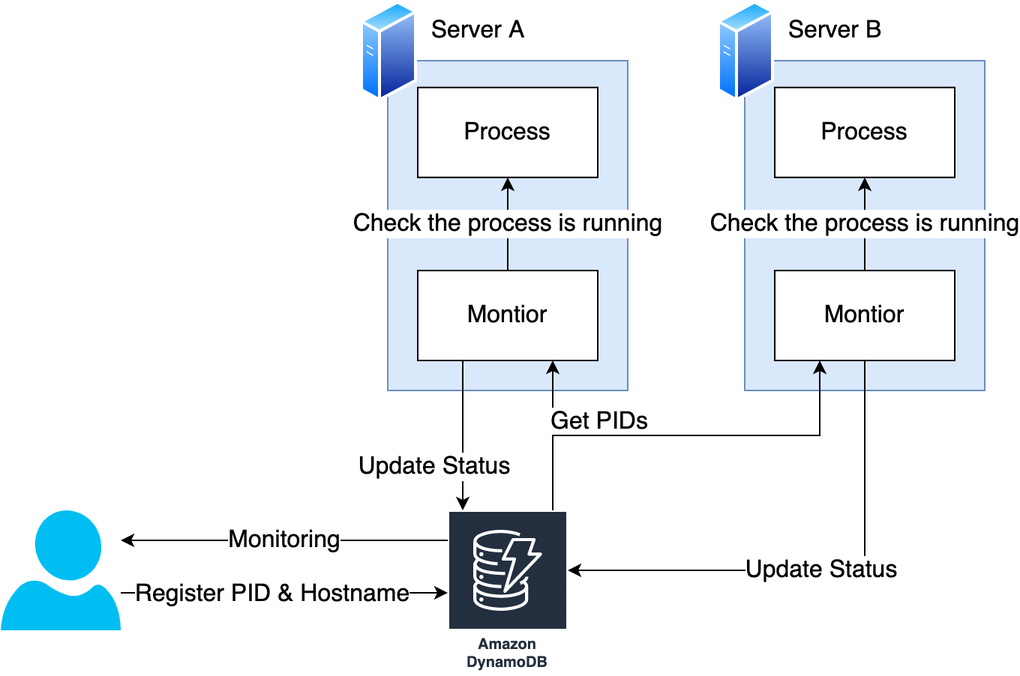
This is figures/overview.png from handk85/process-monitor, a draw.io export, as it was before one commit. Source tidied: cells renumbered, new cells last; positions are measured from the earlier drawing's top-left corner, leaving out a move shared by most shapes.
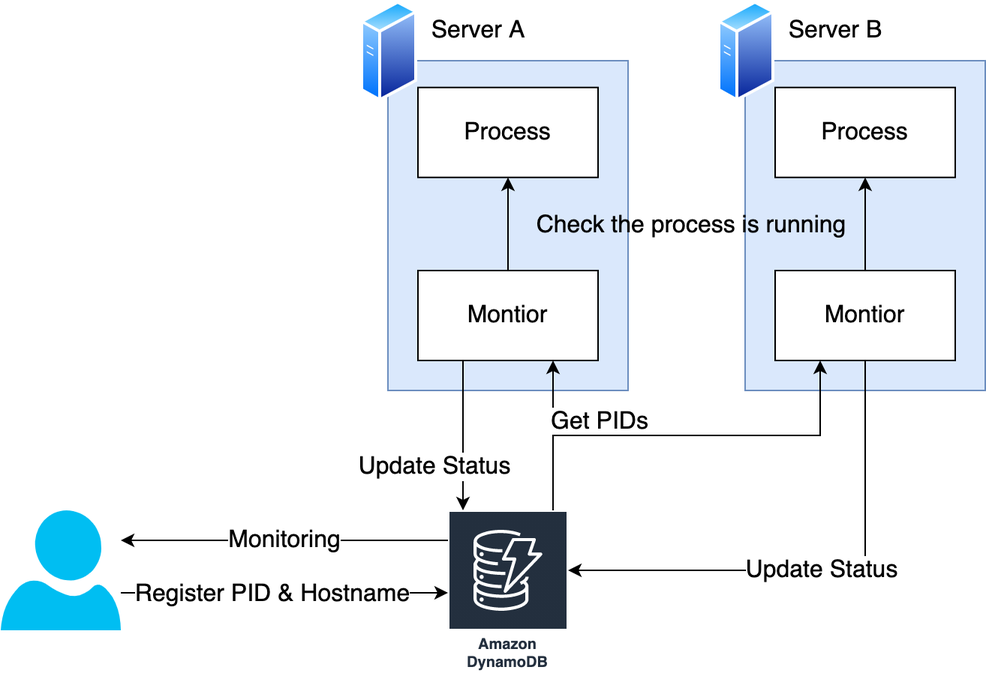
After the commit.

Diff of the diagram source:
```diff
@@ -29,7 +29,7 @@
         <mxPoint x="-22" y="25" as="offset" />
       </mxGeometry>
     </mxCell>
-    <mxCell id="7" value="Check the process is running" style="edgeStyle=orthogonalEdgeStyle;rounded=0;jettySize=auto;html=1;entryX=0.5;entryY=1;entryDx=0;entryDy=0;fontSize=16;" parent="1" edge="1" source="8" target="9">
+    <mxCell id="7" style="edgeStyle=orthogonalEdgeStyle;rounded=0;jettySize=auto;html=1;" parent="1" edge="1" source="8" target="9">
       <mxGeometry relative="1" as="geometry" />
     </mxCell>
     <mxCell id="8" value="Montior" style="rounded=0;whiteSpace=wrap;html=1;fontSize=16;" parent="1" vertex="1">
@@ -60,16 +60,16 @@
     <mxCell id="14" style="rounded=0;whiteSpace=wrap;html=1;fillColor=#dae8fc;strokeColor=#6c8ebf;fontSize=16;" parent="1" vertex="1">
       <mxGeometry x="496" y="40" width="160" height="220" as="geometry" />
     </mxCell>
+    <mxCell id="16" value="Update Status" style="edgeStyle=orthogonalEdgeStyle;rounded=0;jettySize=auto;html=1;fontSize=16;" parent="1" edge="1" source="17" target="3">
+      <mxGeometry relative="1" as="geometry">
+        <Array as="points">
+          <mxPoint x="576" y="380" />
+        </Array>
+      </mxGeometry>
+    </mxCell>
-    <mxCell id="15" value="Check the process is running" style="edgeStyle=orthogonalEdgeStyle;rounded=0;jettySize=auto;html=1;entryX=0.5;entryY=1;entryDx=0;entryDy=0;fontSize=16;" parent="1" edge="1" source="17" target="18">
+    <mxCell id="15" style="edgeStyle=orthogonalEdgeStyle;rounded=0;jettySize=auto;html=1;entryX=0.5;entryY=1;entryDx=0;entryDy=0;" parent="1" edge="1" source="17" target="18">
       <mxGeometry relative="1" as="geometry" />
     </mxCell>
-    <mxCell id="16" value="Update Status" style="edgeStyle=orthogonalEdgeStyle;rounded=0;jettySize=auto;html=1;fontSize=16;" parent="1" edge="1" source="17" target="3">
-      <mxGeometry relative="1" as="geometry">
-        <Array as="points">
-          <mxPoint x="576" y="380" />
-        </Array>
-      </mxGeometry>
-    </mxCell>
     <mxCell id="17" value="Montior" style="rounded=0;whiteSpace=wrap;html=1;fontSize=16;" parent="1" vertex="1">
       <mxGeometry x="516" y="180" width="120" height="60" as="geometry" />
     </mxCell>
@@ -106,5 +106,8 @@
     <mxCell id="24" style="verticalLabelPosition=bottom;html=1;verticalAlign=top;align=center;strokeColor=none;fillColor=#00BEF2;shape=mxgraph.azure.user;fontSize=16;" parent="1" vertex="1">
       <mxGeometry y="340" width="80" height="80" as="geometry" />
     </mxCell>
+    <mxCell id="25" value="Check the process is running" style="text;html=1;align=center;verticalAlign=middle;strokeColor=none;fontSize=16;" parent="1" vertex="1">
+      <mxGeometry x="350" y="140" width="220" height="20" as="geometry" />
+    </mxCell>
   </root>
 </mxGraphModel>
```
